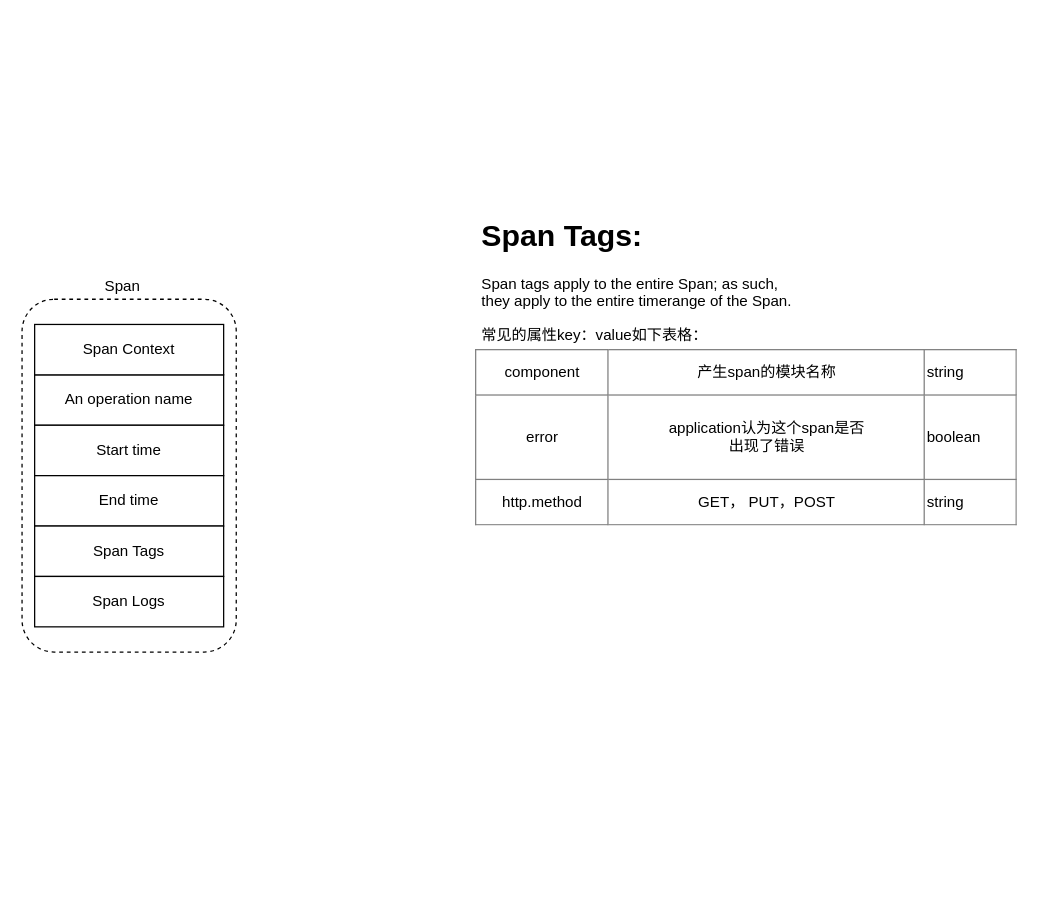
Earlier version of the draw.io diagram OpenTracing_Span.drawio (bluefantasy2014/draw.io). Source tidied: cells renumbered, new cells numbered last; positions are measured from the earlier drawing's top-left corner, leaving out a move shared by most shapes. Both pictures are drawn from the tidied source at 126%, with x=0, y=0 at pixel (21, 210).
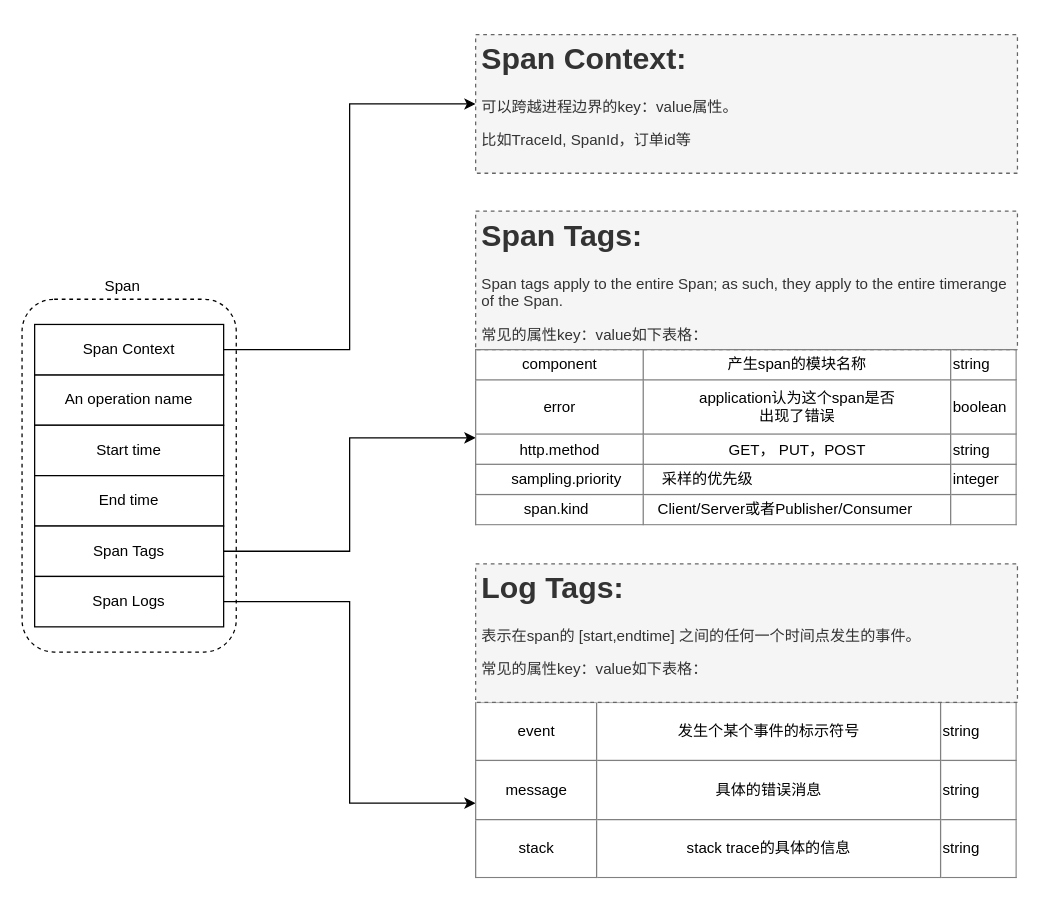
After the change.

Change to the diagram source:
```diff
@@
 <mxGraphModel>
   <root>
     <mxCell id="0" />
     <mxCell id="1" parent="0" />
     <mxCell id="2" style="rounded=1;whiteSpace=wrap;html=1;fillColor=none;dashed=1;" parent="1" vertex="1">
       <mxGeometry y="70" width="170" height="280" as="geometry" />
     </mxCell>
     <mxCell id="3" value="An operation name" style="rounded=0;whiteSpace=wrap;html=1;" parent="1" vertex="1">
       <mxGeometry x="10" y="130" width="150" height="40" as="geometry" />
     </mxCell>
     <mxCell id="4" value="Start time" style="rounded=0;whiteSpace=wrap;html=1;" parent="1" vertex="1">
       <mxGeometry x="10" y="170" width="150" height="40" as="geometry" />
     </mxCell>
     <mxCell id="5" value="End time" style="rounded=0;whiteSpace=wrap;html=1;" parent="1" vertex="1">
       <mxGeometry x="10" y="210" width="150" height="40" as="geometry" />
     </mxCell>
+    <mxCell id="12" style="edgeStyle=orthogonalEdgeStyle;rounded=0;jettySize=auto;html=1;exitX=1;exitY=0.5;exitDx=0;exitDy=0;" parent="1" edge="1" source="6" target="11">
+      <mxGeometry relative="1" as="geometry" />
+    </mxCell>
     <mxCell id="6" value="Span Tags" style="rounded=0;whiteSpace=wrap;html=1;" parent="1" vertex="1">
       <mxGeometry x="10" y="250" width="150" height="40" as="geometry" />
     </mxCell>
+    <mxCell id="13" style="edgeStyle=orthogonalEdgeStyle;rounded=0;jettySize=auto;html=1;exitX=1;exitY=0.5;exitDx=0;exitDy=0;entryX=0;entryY=0.571;entryDx=0;entryDy=0;entryPerimeter=0;" parent="1" edge="1" source="7" target="15">
+      <mxGeometry relative="1" as="geometry" />
+    </mxCell>
     <mxCell id="7" value="Span Logs" style="rounded=0;whiteSpace=wrap;html=1;" parent="1" vertex="1">
       <mxGeometry x="10" y="290" width="150" height="40" as="geometry" />
     </mxCell>
+    <mxCell id="14" style="edgeStyle=orthogonalEdgeStyle;rounded=0;jettySize=auto;html=1;exitX=1;exitY=0.5;exitDx=0;exitDy=0;entryX=0;entryY=0.5;entryDx=0;entryDy=0;" parent="1" edge="1" source="8" target="17">
+      <mxGeometry relative="1" as="geometry" />
+    </mxCell>
     <mxCell id="8" value="Span Context" style="rounded=0;whiteSpace=wrap;html=1;" parent="1" vertex="1">
       <mxGeometry x="10" y="90" width="150" height="40" as="geometry" />
     </mxCell>
     <mxCell id="9" value="Span" style="text;html=1;strokeColor=none;fillColor=none;align=center;verticalAlign=middle;whiteSpace=wrap;rounded=0;dashed=1;" parent="1" vertex="1">
       <mxGeometry x="60" y="50" width="40" height="20" as="geometry" />
     </mxCell>
-    <mxCell id="10" value="&lt;h1&gt;Span Tags:&lt;/h1&gt;&lt;p&gt;&lt;span&gt;Span tags apply to&amp;nbsp;&lt;/span&gt;&lt;span&gt;the entire Span&lt;/span&gt;&lt;span&gt;; as such, they apply to the entire timerange of the Span.&amp;nbsp;&lt;/span&gt;&lt;br&gt;&lt;/p&gt;&lt;p&gt;&lt;span&gt;常见的属性key：value如下表格：&lt;/span&gt;&lt;/p&gt;" style="text;html=1;strokeColor=none;fillColor=none;spacing=5;spacingTop=-20;whiteSpace=wrap;overflow=hidden;rounded=0;dashed=1;" parent="1" vertex="1">
-      <mxGeometry x="360" width="260" height="110" as="geometry" />
+    <mxCell id="10" value="&lt;h1&gt;Span Tags:&lt;/h1&gt;&lt;p&gt;&lt;span&gt;Span tags apply to&amp;nbsp;&lt;/span&gt;&lt;span&gt;the entire Span&lt;/span&gt;&lt;span&gt;; as such, they apply to the entire timerange of the Span.&amp;nbsp;&lt;/span&gt;&lt;br&gt;&lt;/p&gt;&lt;p&gt;&lt;span&gt;常见的属性key：value如下表格：&lt;/span&gt;&lt;/p&gt;" style="text;html=1;strokeColor=#666666;fillColor=#f5f5f5;spacing=5;spacingTop=-20;whiteSpace=wrap;overflow=hidden;rounded=0;dashed=1;fontColor=#333333;" parent="1" vertex="1">
+      <mxGeometry x="360" width="430" height="110" as="geometry" />
     </mxCell>
-    <mxCell id="11" value="&lt;table border=&quot;1&quot; width=&quot;100%&quot; style=&quot;width: 100% ; height: 100% ; border-collapse: collapse&quot;&gt;&lt;tbody&gt;&lt;tr&gt;&lt;td align=&quot;center&quot;&gt;component&lt;br&gt;&lt;/td&gt;&lt;td align=&quot;center&quot;&gt;产生span的模块名称&lt;/td&gt;&lt;td&gt;string&lt;/td&gt;&lt;/tr&gt;&lt;tr&gt;&lt;td align=&quot;center&quot;&gt;error&lt;/td&gt;&lt;td align=&quot;center&quot;&gt;application认为这个span是否&lt;br&gt;出现了错误&lt;/td&gt;&lt;td&gt;boolean&lt;/td&gt;&lt;/tr&gt;&lt;tr&gt;&lt;td align=&quot;center&quot;&gt;http.method&lt;br&gt;&lt;/td&gt;&lt;td align=&quot;center&quot;&gt;GET， PUT，POST&lt;/td&gt;&lt;td&gt;string&lt;/td&gt;&lt;/tr&gt;&lt;/tbody&gt;&lt;/table&gt;" style="text;html=1;strokeColor=none;fillColor=none;overflow=fill;dashed=1;" parent="1" vertex="1">
+    <mxCell id="11" value="&lt;table border=&quot;1&quot; width=&quot;100%&quot; style=&quot;width: 100% ; height: 100% ; border-collapse: collapse&quot;&gt;&lt;tbody&gt;&lt;tr&gt;&lt;td align=&quot;center&quot;&gt;component&lt;br&gt;&lt;/td&gt;&lt;td align=&quot;center&quot;&gt;产生span的模块名称&lt;/td&gt;&lt;td&gt;string&lt;/td&gt;&lt;/tr&gt;&lt;tr&gt;&lt;td align=&quot;center&quot;&gt;error&lt;/td&gt;&lt;td align=&quot;center&quot;&gt;application认为这个span是否&lt;br&gt;出现了错误&lt;/td&gt;&lt;td&gt;boolean&lt;/td&gt;&lt;/tr&gt;&lt;tr&gt;&lt;td align=&quot;center&quot;&gt;http.method&lt;br&gt;&lt;/td&gt;&lt;td align=&quot;center&quot;&gt;GET， PUT，POST&lt;/td&gt;&lt;td&gt;string&lt;/td&gt;&lt;/tr&gt;&lt;tr&gt;&lt;td&gt;&amp;nbsp; &amp;nbsp; &amp;nbsp; &amp;nbsp; sampling.priority&lt;/td&gt;&lt;td&gt;&amp;nbsp; &amp;nbsp; 采样的优先级&lt;/td&gt;&lt;td&gt;integer&lt;/td&gt;&lt;/tr&gt;&lt;tr&gt;&lt;td&gt;&amp;nbsp; &amp;nbsp; &amp;nbsp; &amp;nbsp; &amp;nbsp; &amp;nbsp;span.kind&lt;br&gt;&lt;/td&gt;&lt;td&gt;&amp;nbsp; &amp;nbsp;Client/Server或者Publisher/Consumer&lt;/td&gt;&lt;td&gt;&lt;br&gt;&lt;/td&gt;&lt;/tr&gt;&lt;/tbody&gt;&lt;/table&gt;" style="text;html=1;strokeColor=none;fillColor=none;overflow=fill;dashed=1;" parent="1" vertex="1">
       <mxGeometry x="360" y="110" width="430" height="140" as="geometry" />
     </mxCell>
+    <mxCell id="15" value="&lt;table border=&quot;1&quot; width=&quot;100%&quot; style=&quot;width: 100% ; height: 100% ; border-collapse: collapse&quot;&gt;&lt;tbody&gt;&lt;tr&gt;&lt;td align=&quot;center&quot;&gt;event&lt;br&gt;&lt;/td&gt;&lt;td align=&quot;center&quot;&gt;发生个某个事件的标示符号&lt;/td&gt;&lt;td&gt;string&lt;/td&gt;&lt;/tr&gt;&lt;tr&gt;&lt;td align=&quot;center&quot;&gt;message&lt;br&gt;&lt;/td&gt;&lt;td align=&quot;center&quot;&gt;具体的错误消息&lt;/td&gt;&lt;td&gt;string&lt;/td&gt;&lt;/tr&gt;&lt;tr&gt;&lt;td align=&quot;center&quot;&gt;stack&lt;br&gt;&lt;/td&gt;&lt;td align=&quot;center&quot;&gt;stack trace的具体的信息&lt;/td&gt;&lt;td&gt;string&lt;/td&gt;&lt;/tr&gt;&lt;/tbody&gt;&lt;/table&gt;" style="text;html=1;strokeColor=none;fillColor=none;overflow=fill;dashed=1;" parent="1" vertex="1">
+      <mxGeometry x="360" y="390" width="430" height="140" as="geometry" />
+    </mxCell>
+    <mxCell id="16" value="&lt;h1&gt;Log Tags:&lt;/h1&gt;&lt;p&gt;表示在span的 [start,endtime] 之间的任何一个时间点发生的事件。&amp;nbsp;&lt;/p&gt;&lt;p&gt;&lt;span&gt;常见的属性key：value如下表格：&lt;/span&gt;&lt;/p&gt;" style="text;html=1;strokeColor=#666666;fillColor=#f5f5f5;spacing=5;spacingTop=-20;whiteSpace=wrap;overflow=hidden;rounded=0;dashed=1;fontColor=#333333;" parent="1" vertex="1">
+      <mxGeometry x="360" y="280" width="430" height="110" as="geometry" />
+    </mxCell>
+    <mxCell id="17" value="&lt;h1&gt;Span Context:&lt;/h1&gt;&lt;div&gt;可以跨越进程边界的key：value属性。&amp;nbsp;&lt;/div&gt;&lt;p&gt;比如TraceId, SpanId，订单id等&lt;/p&gt;" style="text;html=1;spacing=5;spacingTop=-20;whiteSpace=wrap;overflow=hidden;rounded=0;dashed=1;fillColor=#f5f5f5;strokeColor=#666666;fontColor=#333333;" parent="1" vertex="1">
+      <mxGeometry x="360" y="-140" width="430" height="110" as="geometry" />
+    </mxCell>
   </root>
 </mxGraphModel>
```
